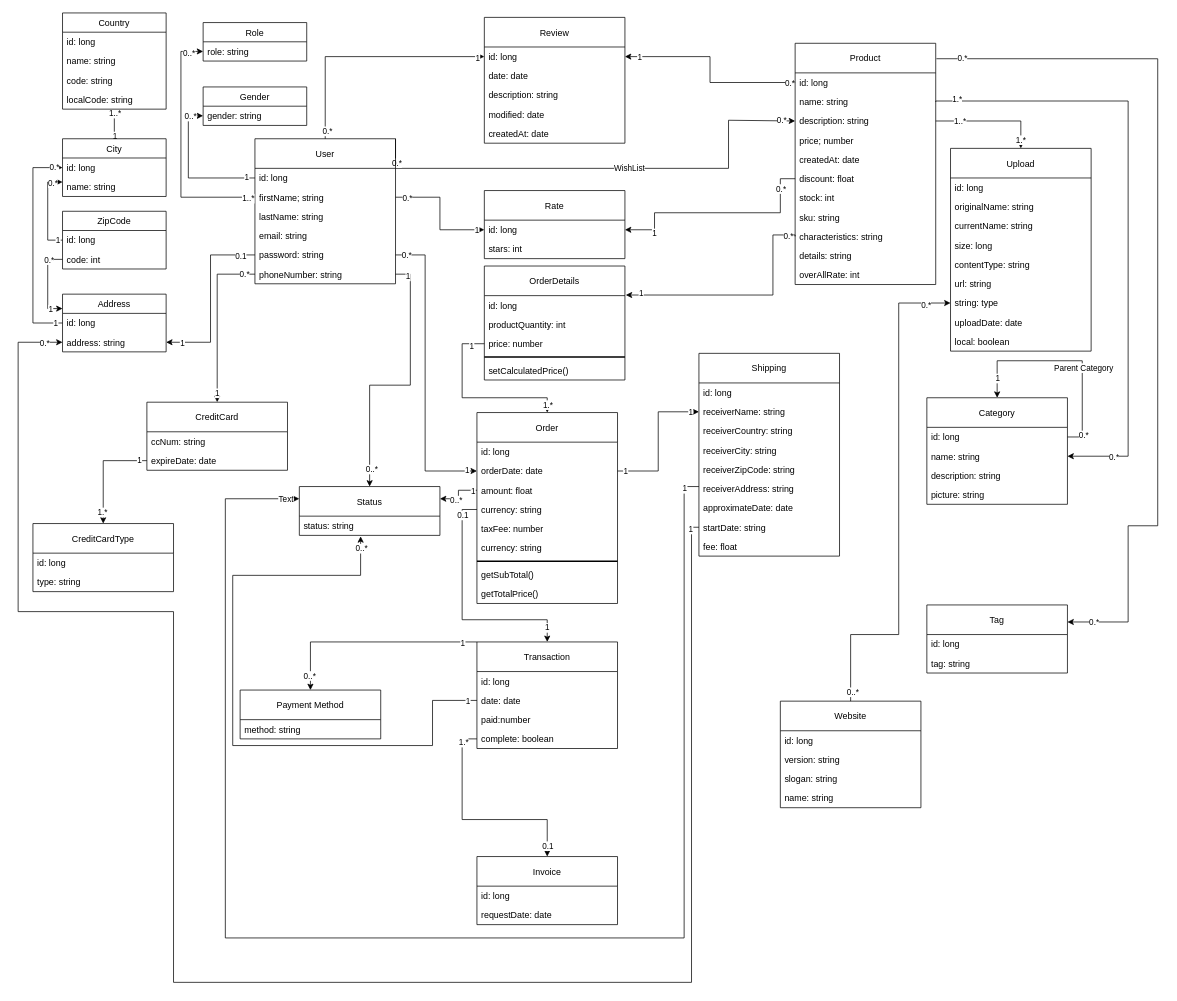
This is page "Ecommerce basic model" (1 of 4) of Class Diagram.drawio from Psycomentis06/AZIT-e-commerce-API-doc, a draw.io file, before an edit. Source tidied: cells renumbered, new cells numbered last; positions are measured from the earlier drawing's top-left corner, leaving out a move shared by most shapes. Both pictures are drawn from the tidied source at 74%, with x=0, y=0 at pixel (18, 13).
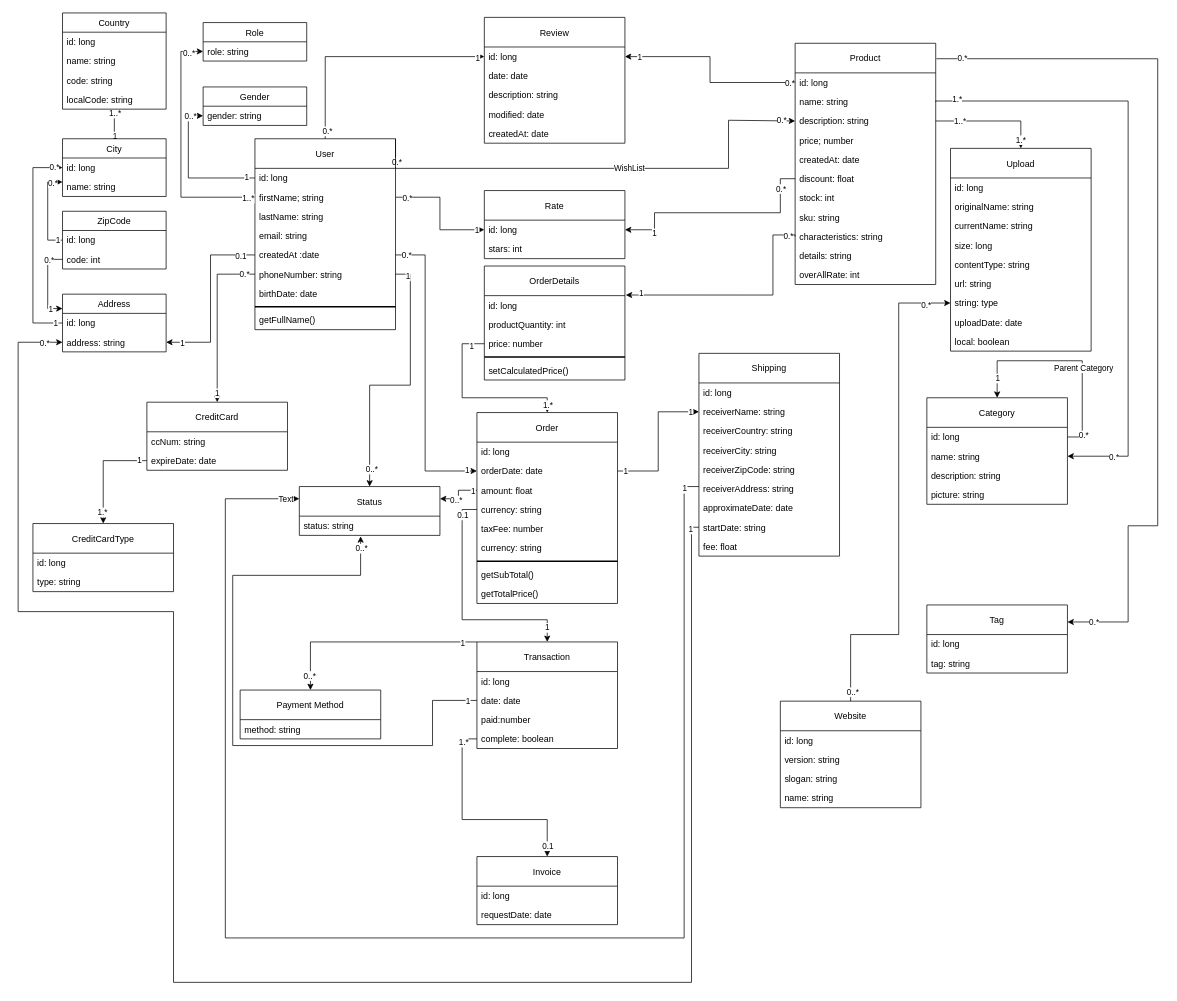
After the change.

What changed in the source:
```diff
@@
     <mxCell id="9" value="User" style="swimlane;fontStyle=0;horizontal=1;startSize=40;fillColor=none;" parent="1" vertex="1">
-      <mxGeometry x="320" y="170" width="190" height="196" as="geometry" />
+      <mxGeometry x="320" y="170" width="190" height="258" as="geometry" />
     </mxCell>
@@
-    <mxCell id="14" value="password: string" style="text;strokeColor=none;fillColor=none;align=left;verticalAlign=top;spacingLeft=4;spacingRight=4;overflow=hidden;points=[[0,0.5],[1,0.5]];portConstraint=eastwest;" parent="9" vertex="1">
+    <mxCell id="14" value="createdAt :date" style="text;strokeColor=none;fillColor=none;align=left;verticalAlign=top;spacingLeft=4;spacingRight=4;overflow=hidden;points=[[0,0.5],[1,0.5]];portConstraint=eastwest;" parent="9" vertex="1">
       <mxGeometry y="144" width="190" height="26" as="geometry" />
     </mxCell>
@@
+    <mxCell id="210" value="birthDate: date" style="text;strokeColor=none;fillColor=none;align=left;verticalAlign=top;spacingLeft=4;spacingRight=4;overflow=hidden;" parent="9" vertex="1">
+      <mxGeometry y="196" width="190" height="26" as="geometry" />
+    </mxCell>
+    <mxCell id="211" style="line;strokeWidth=2;html=1;labelBackgroundColor=#000000;" parent="9" vertex="1">
+      <mxGeometry y="222" width="190" height="10" as="geometry" />
+    </mxCell>
+    <mxCell id="212" value="getFullName()" style="text;strokeColor=none;fillColor=none;align=left;verticalAlign=top;spacingLeft=4;spacingRight=4;overflow=hidden;" parent="9" vertex="1">
+      <mxGeometry y="232" width="190" height="26" as="geometry" />
+    </mxCell>
```
